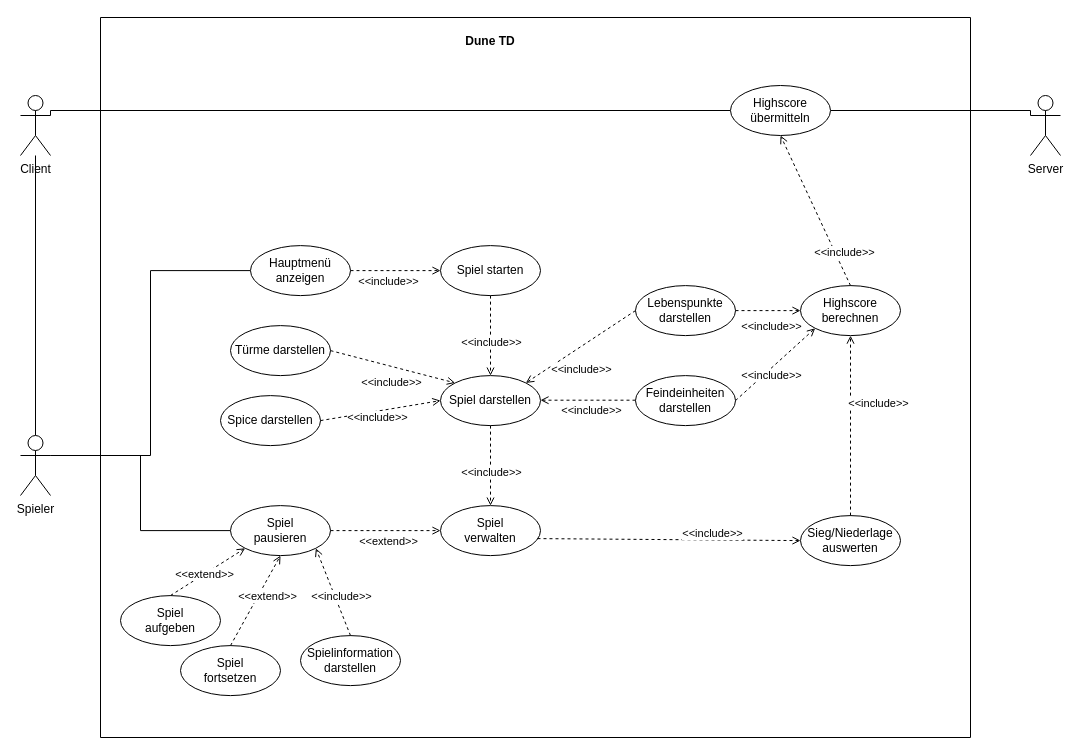
Mete7-del/hello-world keeps this draw.io diagram as UMLAnwendungsDia.drawio. Above is the earlier version. Source tidied: cells renumbered, new cells numbered last; positions are measured from the earlier drawing's top-left corner, leaving out a move shared by most shapes. Both pictures are drawn from the tidied source at 100%, with x=0, y=0 at pixel (20, 17).
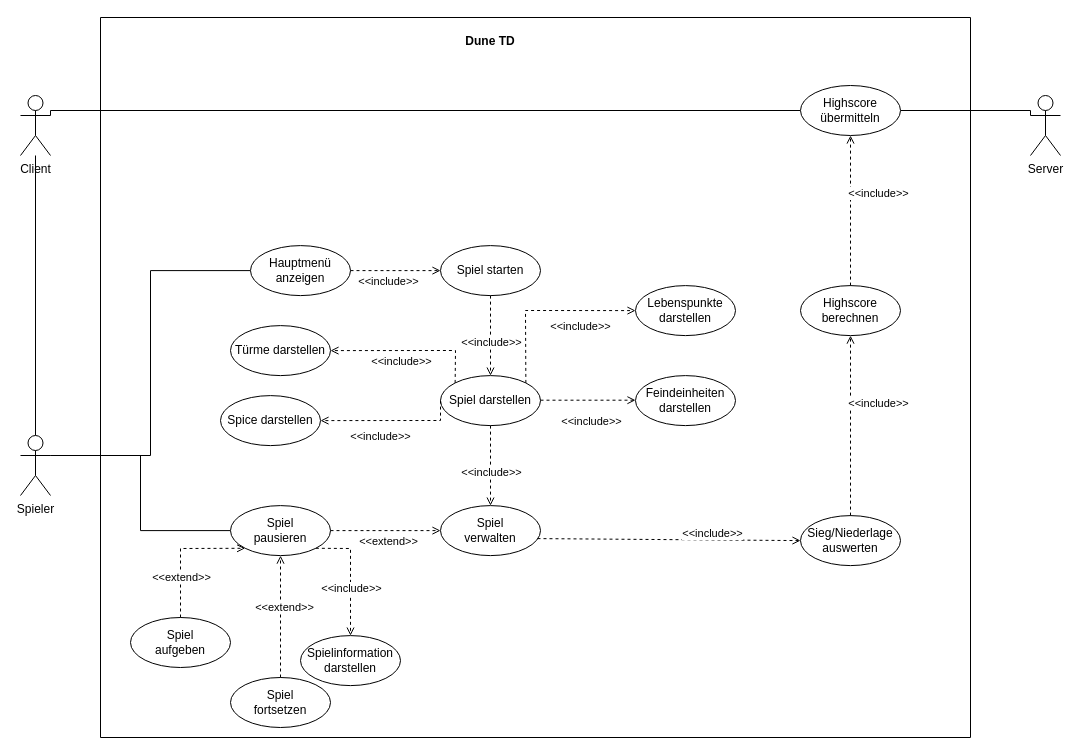
The same diagram, later.

The change refers to these unchanged cells:
```xml
<mxCell id="12" value="Türme darstellen" style="ellipse;whiteSpace=wrap;html=1;" parent="1" vertex="1">
  <mxGeometry x="210" y="308.1" width="100" height="50" as="geometry" />
</mxCell>
<mxCell id="13" value="Spice darstellen" style="ellipse;whiteSpace=wrap;html=1;" parent="1" vertex="1">
  <mxGeometry x="200" y="378.1" width="100" height="50" as="geometry" />
</mxCell>
<mxCell id="14" value="Lebenspunkte darstellen" style="ellipse;whiteSpace=wrap;html=1;" parent="1" vertex="1">
  <mxGeometry x="615" y="268.1" width="100" height="50" as="geometry" />
</mxCell>
<mxCell id="15" value="Spiel darstellen" style="ellipse;whiteSpace=wrap;html=1;" parent="1" vertex="1">
  <mxGeometry x="420" y="358.1" width="100" height="50" as="geometry" />
</mxCell>
<mxCell id="24" value="&lt;div&gt;Spiel&lt;/div&gt;&lt;div&gt;pausieren&lt;/div&gt;" style="ellipse;whiteSpace=wrap;html=1;" parent="1" vertex="1">
  <mxGeometry x="210" y="488.1" width="100" height="50" as="geometry" />
</mxCell>
<mxCell id="36" value="&lt;div&gt;Spielinformation&lt;/div&gt;&lt;div&gt;darstellen&lt;br&gt;&lt;/div&gt;" style="ellipse;whiteSpace=wrap;html=1;" parent="1" vertex="1">
  <mxGeometry x="280" y="618.1" width="100" height="50" as="geometry" />
</mxCell>
<mxCell id="41" value="Highscore berechnen" style="ellipse;whiteSpace=wrap;html=1;" parent="1" vertex="1">
  <mxGeometry x="780" y="268.1" width="100" height="50" as="geometry" />
</mxCell>
<mxCell id="46" value="Feindeinheiten darstellen" style="ellipse;whiteSpace=wrap;html=1;" parent="1" vertex="1">
  <mxGeometry x="615" y="358.1" width="100" height="50" as="geometry" />
</mxCell>
```

Change to the diagram source:
```diff
@@
-    <mxCell id="20" style="endArrow=open;html=1;rounded=0;exitX=1;exitY=0.5;exitDx=0;exitDy=0;entryX=0;entryY=0.5;entryDx=0;entryDy=0;dashed=1;endFill=0;" parent="1" edge="1" source="13" target="15">
-      <mxGeometry relative="1" as="geometry" />
+    <mxCell id="20" style="endArrow=open;html=1;rounded=0;exitX=0;exitY=0.5;exitDx=0;exitDy=0;entryX=1;entryY=0.5;entryDx=0;entryDy=0;dashed=1;endFill=0;" parent="1" edge="1" source="15" target="13">
+      <mxGeometry relative="1" as="geometry">
+        <Array as="points">
+          <mxPoint x="420" y="403" />
+        </Array>
+      </mxGeometry>
     </mxCell>
     <mxCell id="21" value="&amp;lt;&amp;lt;include&amp;gt;&amp;gt;" style="edgeLabel;html=1;align=center;verticalAlign=middle;" parent="20" vertex="1">
       <mxGeometry x="0.33" relative="1" as="geometry">
-        <mxPoint x="-23" y="10" as="offset" />
+        <mxPoint x="13" y="15" as="offset" />
       </mxGeometry>
     </mxCell>
-    <mxCell id="22" style="endArrow=open;html=1;rounded=0;exitX=1;exitY=0.5;exitDx=0;exitDy=0;entryX=0;entryY=0;entryDx=0;entryDy=0;dashed=1;endFill=0;" parent="1" edge="1" source="12" target="15">
-      <mxGeometry relative="1" as="geometry" />
+    <mxCell id="22" style="endArrow=open;html=1;rounded=0;exitX=0;exitY=0;exitDx=0;exitDy=0;entryX=1;entryY=0.5;entryDx=0;entryDy=0;dashed=1;endFill=0;" parent="1" edge="1" source="15" target="12">
+      <mxGeometry relative="1" as="geometry">
+        <Array as="points">
+          <mxPoint x="435" y="333" />
+        </Array>
+      </mxGeometry>
     </mxCell>
     <mxCell id="23" value="&amp;lt;&amp;lt;include&amp;gt;&amp;gt;" style="edgeLabel;html=1;align=center;verticalAlign=middle;" parent="22" vertex="1">
       <mxGeometry x="0.33" relative="1" as="geometry">
-        <mxPoint x="-23" y="10" as="offset" />
+        <mxPoint x="18" y="10" as="offset" />
       </mxGeometry>
     </mxCell>
@@
     <mxCell id="30" value="&lt;div&gt;Spiel&lt;/div&gt;&lt;div&gt;aufgeben&lt;br&gt;&lt;/div&gt;" style="ellipse;whiteSpace=wrap;html=1;" parent="1" vertex="1">
-      <mxGeometry x="100" y="578.1" width="100" height="50" as="geometry" />
+      <mxGeometry x="110" y="600" width="100" height="50" as="geometry" />
     </mxCell>
     <mxCell id="31" value="&lt;div&gt;Spiel&lt;/div&gt;&lt;div&gt;fortsetzen&lt;br&gt;&lt;/div&gt;" style="ellipse;whiteSpace=wrap;html=1;" parent="1" vertex="1">
-      <mxGeometry x="160" y="628.1" width="100" height="50" as="geometry" />
+      <mxGeometry x="210" y="660" width="100" height="50" as="geometry" />
     </mxCell>
-    <mxCell id="32" style="endArrow=open;html=1;rounded=0;entryX=0;entryY=1;entryDx=0;entryDy=0;dashed=1;endFill=0;" parent="1" edge="1" target="24">
+    <mxCell id="32" style="endArrow=open;html=1;rounded=0;entryX=0;entryY=1;entryDx=0;entryDy=0;dashed=1;endFill=0;exitX=0.5;exitY=0;exitDx=0;exitDy=0;" parent="1" edge="1" source="30" target="24">
       <mxGeometry relative="1" as="geometry">
-        <mxPoint x="150" y="578" as="sourcePoint" />
+        <Array as="points">
+          <mxPoint x="160" y="531" />
+        </Array>
       </mxGeometry>
     </mxCell>
     <mxCell id="33" value="&amp;lt;&amp;lt;extend&amp;gt;&amp;gt;" style="edgeLabel;html=1;align=center;verticalAlign=middle;" parent="32" vertex="1">
       <mxGeometry x="0.33" relative="1" as="geometry">
-        <mxPoint x="-16" y="10" as="offset" />
+        <mxPoint x="-19" y="29" as="offset" />
       </mxGeometry>
     </mxCell>
@@
-    <mxCell id="37" style="endArrow=open;html=1;rounded=0;exitX=0.5;exitY=0;exitDx=0;exitDy=0;entryX=1;entryY=1;entryDx=0;entryDy=0;dashed=1;endFill=0;" parent="1" edge="1" source="36" target="24">
-      <mxGeometry relative="1" as="geometry" />
+    <mxCell id="37" style="endArrow=open;html=1;rounded=0;exitX=1;exitY=1;exitDx=0;exitDy=0;entryX=0.5;entryY=0;entryDx=0;entryDy=0;dashed=1;endFill=0;" parent="1" edge="1" source="24" target="36">
+      <mxGeometry relative="1" as="geometry">
+        <Array as="points">
+          <mxPoint x="330" y="531" />
+        </Array>
+      </mxGeometry>
     </mxCell>
     <mxCell id="38" value="&amp;lt;&amp;lt;include&amp;gt;&amp;gt;" style="edgeLabel;html=1;align=center;verticalAlign=middle;" parent="37" vertex="1">
       <mxGeometry x="0.33" relative="1" as="geometry">
-        <mxPoint x="13" y="18" as="offset" />
+        <mxPoint y="-7" as="offset" />
       </mxGeometry>
     </mxCell>
@@
-    <mxCell id="42" style="endArrow=open;html=1;rounded=0;entryX=0;entryY=0.5;entryDx=0;entryDy=0;dashed=1;endFill=0;exitX=1;exitY=0.5;exitDx=0;exitDy=0;" parent="1" edge="1" source="14" target="41">
-      <mxGeometry relative="1" as="geometry" />
-    </mxCell>
-    <mxCell id="43" value="&amp;lt;&amp;lt;include&amp;gt;&amp;gt;" style="edgeLabel;html=1;align=center;verticalAlign=middle;" parent="42" vertex="1">
-      <mxGeometry x="0.33" relative="1" as="geometry">
-        <mxPoint x="-8" y="15" as="offset" />
-      </mxGeometry>
-    </mxCell>
@@
-    <mxCell id="47" style="endArrow=open;html=1;rounded=0;exitX=1;exitY=0.5;exitDx=0;exitDy=0;entryX=0;entryY=1;entryDx=0;entryDy=0;dashed=1;endFill=0;" parent="1" edge="1" source="46" target="41">
-      <mxGeometry relative="1" as="geometry" />
-    </mxCell>
-    <mxCell id="48" value="&amp;lt;&amp;lt;include&amp;gt;&amp;gt;" style="edgeLabel;html=1;align=center;verticalAlign=middle;" parent="47" vertex="1">
-      <mxGeometry x="0.33" relative="1" as="geometry">
-        <mxPoint x="-18" y="23" as="offset" />
-      </mxGeometry>
-    </mxCell>
@@
     <mxCell id="50" value="Highscore übermitteln" style="ellipse;whiteSpace=wrap;html=1;" parent="1" vertex="1">
-      <mxGeometry x="710" y="68" width="100" height="50" as="geometry" />
+      <mxGeometry x="780" y="68" width="100" height="50" as="geometry" />
     </mxCell>
-    <mxCell id="51" style="endArrow=open;html=1;rounded=0;exitX=0.5;exitY=0;exitDx=0;exitDy=0;entryX=0.5;entryY=1;entryDx=0;entryDy=0;dashed=1;endFill=0;" parent="1" edge="1" source="41" target="50">
-      <mxGeometry relative="1" as="geometry" />
-    </mxCell>
-    <mxCell id="52" value="&amp;lt;&amp;lt;include&amp;gt;&amp;gt;" style="edgeLabel;html=1;align=center;verticalAlign=middle;" parent="51" vertex="1">
-      <mxGeometry x="0.33" relative="1" as="geometry">
-        <mxPoint x="40" y="66" as="offset" />
-      </mxGeometry>
-    </mxCell>
@@
     <mxCell id="58" style="endArrow=open;html=1;rounded=0;exitX=0;exitY=0.5;exitDx=0;exitDy=0;dashed=1;endFill=0;entryX=1;entryY=0.5;entryDx=0;entryDy=0;" parent="1" edge="1">
       <mxGeometry relative="1" as="geometry">
-        <mxPoint x="615" y="382.7" as="sourcePoint" />
-        <mxPoint x="520" y="382.7" as="targetPoint" />
+        <mxPoint x="520" y="382.7" as="sourcePoint" />
+        <mxPoint x="615" y="382.7" as="targetPoint" />
       </mxGeometry>
     </mxCell>
     <mxCell id="59" value="&amp;lt;&amp;lt;include&amp;gt;&amp;gt;" style="edgeLabel;html=1;align=center;verticalAlign=middle;" parent="58" vertex="1">
       <mxGeometry x="0.33" relative="1" as="geometry">
-        <mxPoint x="18" y="10" as="offset" />
+        <mxPoint x="-13" y="21" as="offset" />
       </mxGeometry>
     </mxCell>
-    <mxCell id="60" style="endArrow=open;html=1;rounded=0;exitX=0;exitY=0.5;exitDx=0;exitDy=0;dashed=1;endFill=0;entryX=1;entryY=0;entryDx=0;entryDy=0;" parent="1" edge="1" source="14" target="15">
-      <mxGeometry relative="1" as="geometry" />
+    <mxCell id="60" style="endArrow=open;html=1;rounded=0;exitX=1;exitY=0;exitDx=0;exitDy=0;dashed=1;endFill=0;entryX=0;entryY=0.5;entryDx=0;entryDy=0;orthogonal=0;" parent="1" edge="1" source="15" target="14">
+      <mxGeometry relative="1" as="geometry">
+        <Array as="points">
+          <mxPoint x="505" y="293" />
+        </Array>
+      </mxGeometry>
     </mxCell>
     <mxCell id="61" value="&amp;lt;&amp;lt;include&amp;gt;&amp;gt;" style="edgeLabel;html=1;align=center;verticalAlign=middle;" parent="60" vertex="1">
       <mxGeometry x="0.33" relative="1" as="geometry">
-        <mxPoint x="18" y="10" as="offset" />
+        <mxPoint x="6" y="15" as="offset" />
       </mxGeometry>
     </mxCell>
+    <mxCell id="51" style="endArrow=open;html=1;rounded=0;dashed=1;endFill=0;exitX=0.5;exitY=0;exitDx=0;exitDy=0;entryX=0.5;entryY=1;entryDx=0;entryDy=0;" parent="1" edge="1" source="41" target="50">
+      <mxGeometry relative="1" as="geometry" />
+    </mxCell>
+    <mxCell id="62" value="&amp;lt;&amp;lt;include&amp;gt;&amp;gt;" style="edgeLabel;html=1;align=center;verticalAlign=middle;" parent="51" vertex="1">
+      <mxGeometry x="0.33" relative="1" as="geometry">
+        <mxPoint x="27" y="7" as="offset" />
+      </mxGeometry>
+    </mxCell>
```
